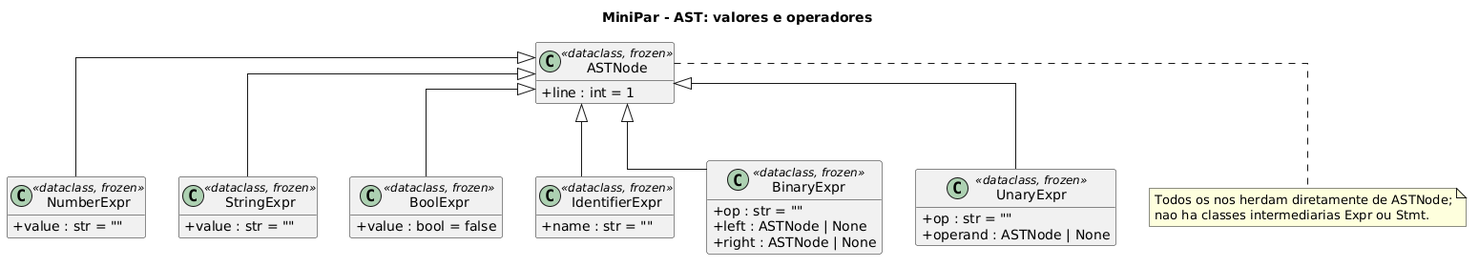
The PlantUML diagram docs/uml/ast_expressoes.png in johnUFAL/minipar-improvement-2026.2, before a commit. Source of this version:
```plantuml
@startuml ast_expressoes
title MiniPar - AST: valores e operadores

skinparam classAttributeIconSize 0
skinparam shadowing false
skinparam linetype ortho
skinparam packageStyle rectangle
hide empty members

class ASTNode <<dataclass, frozen>> {
  +line : int = 1
}

class NumberExpr <<dataclass, frozen>> {
  +value : str = ""
}
class StringExpr <<dataclass, frozen>> {
  +value : str = ""
}
class BoolExpr <<dataclass, frozen>> {
  +value : bool = false
}
class IdentifierExpr <<dataclass, frozen>> {
  +name : str = ""
}
class BinaryExpr <<dataclass, frozen>> {
  +op : str = ""
  +left : ASTNode | None
  +right : ASTNode | None
}
class UnaryExpr <<dataclass, frozen>> {
  +op : str = ""
  +operand : ASTNode | None
}

ASTNode <|-- NumberExpr
ASTNode <|-- StringExpr
ASTNode <|-- BoolExpr
ASTNode <|-- IdentifierExpr
ASTNode <|-- BinaryExpr
ASTNode <|-- UnaryExpr

note bottom of ASTNode
  Todos os nos herdam diretamente de ASTNode;
  nao ha classes intermediarias Expr ou Stmt.
end note
@enduml
```
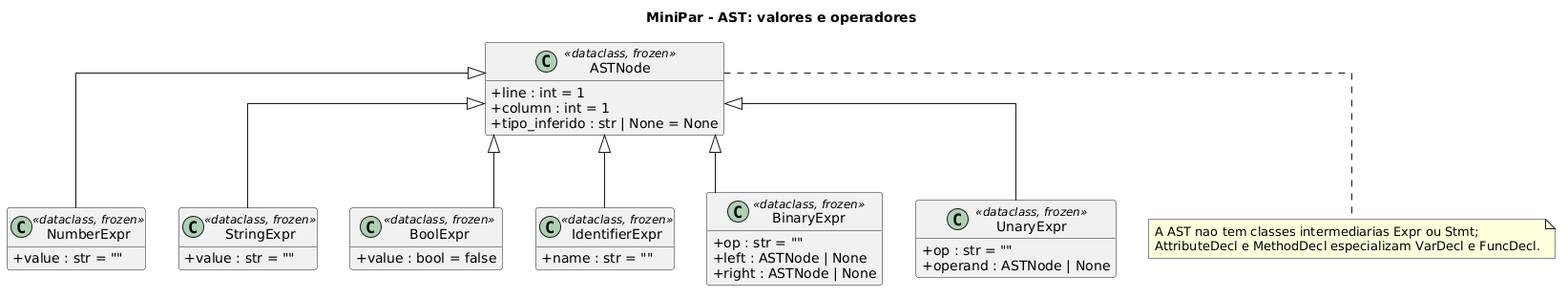
The same diagram one commit later.

The edit, as a diff of the source:
```diff
@@ -9,6 +9,8 @@
 
 class ASTNode <<dataclass, frozen>> {
   +line : int = 1
+  +column : int = 1
+  +tipo_inferido : str | None = None
 }
 
 class NumberExpr <<dataclass, frozen>> {
@@ -41,7 +43,7 @@
 ASTNode <|-- UnaryExpr
 
 note bottom of ASTNode
-  Todos os nos herdam diretamente de ASTNode;
-  nao ha classes intermediarias Expr ou Stmt.
+  A AST nao tem classes intermediarias Expr ou Stmt;
+  AttributeDecl e MethodDecl especializam VarDecl e FuncDecl.
 end note
 @enduml
```
